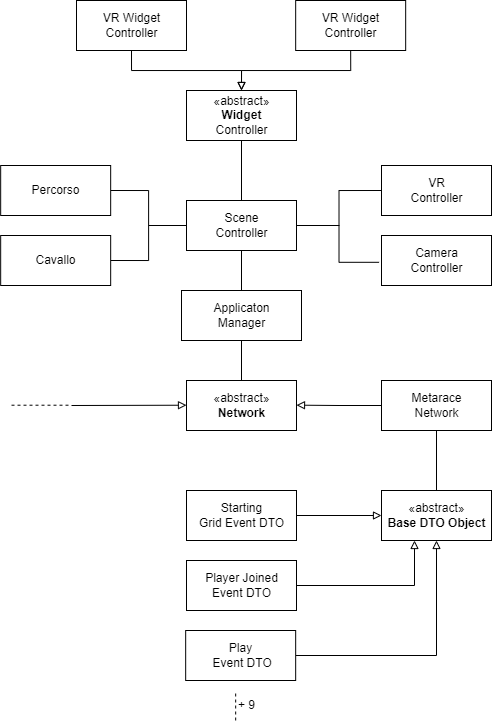
edoppiap/Tesi_Metarace keeps this draw.io diagram as figure/Modello_di_Dominio_Metarace.drawio.png. Above is the earlier version. Source tidied: cells renumbered, new cells last; positions are measured from the earlier drawing's top-left corner, leaving out a move shared by most shapes. Its diagram source:
```xml
<mxGraphModel>
  <root>
    <mxCell id="0" />
    <mxCell id="1" parent="0" />
    <mxCell id="2" style="edgeStyle=orthogonalEdgeStyle;rounded=0;jettySize=auto;html=1;exitX=0.5;exitY=0;exitDx=0;exitDy=0;entryX=0.5;entryY=1;entryDx=0;entryDy=0;endArrow=none;endFill=0;" parent="1" edge="1" source="4" target="17">
      <mxGeometry relative="1" as="geometry" />
    </mxCell>
    <mxCell id="3" style="edgeStyle=orthogonalEdgeStyle;rounded=0;sketch=0;jettySize=auto;html=1;exitX=0.5;exitY=1;exitDx=0;exitDy=0;entryX=0.5;entryY=0;entryDx=0;entryDy=0;strokeColor=default;endArrow=none;endFill=0;" parent="1" edge="1" source="4" target="22">
      <mxGeometry relative="1" as="geometry" />
    </mxCell>
    <mxCell id="4" value="Applicaton&lt;br&gt;Manager" style="html=1;" parent="1" vertex="1">
      <mxGeometry x="181" y="290" width="120" height="50" as="geometry" />
    </mxCell>
    <mxCell id="5" value="«abstract»&lt;br&gt;&lt;b&gt;Base DTO Object&lt;br&gt;&lt;/b&gt;" style="html=1;" parent="1" vertex="1">
      <mxGeometry x="381" y="490" width="110" height="50" as="geometry" />
    </mxCell>
    <mxCell id="6" style="edgeStyle=orthogonalEdgeStyle;rounded=0;sketch=0;jettySize=auto;html=1;exitX=0.5;exitY=1;exitDx=0;exitDy=0;entryX=0.5;entryY=0;entryDx=0;entryDy=0;strokeColor=default;endArrow=none;endFill=0;" parent="1" edge="1" target="5">
      <mxGeometry relative="1" as="geometry">
        <mxPoint x="436" y="430" as="sourcePoint" />
      </mxGeometry>
    </mxCell>
    <mxCell id="7" style="edgeStyle=orthogonalEdgeStyle;rounded=0;sketch=0;jettySize=auto;html=1;exitX=0;exitY=0.5;exitDx=0;exitDy=0;entryX=1;entryY=0.5;entryDx=0;entryDy=0;strokeColor=default;endArrow=block;endFill=0;" parent="1" edge="1" source="23">
      <mxGeometry relative="1" as="geometry">
        <mxPoint x="296" y="404.7" as="targetPoint" />
      </mxGeometry>
    </mxCell>
    <mxCell id="8" style="endArrow=none;endSize=12;html=1;rounded=0;sketch=0;strokeColor=default;endFill=0;dashed=1;" parent="1" edge="1">
      <mxGeometry y="10" relative="1" as="geometry">
        <mxPoint x="235.2" y="720" as="sourcePoint" />
        <mxPoint x="235.2" y="690" as="targetPoint" />
      </mxGeometry>
    </mxCell>
    <mxCell id="9" value="+ 9" style="text;html=1;align=center;verticalAlign=middle;strokeColor=none;fillColor=none;" parent="1" vertex="1">
      <mxGeometry x="226" y="690" width="40" height="30" as="geometry" />
    </mxCell>
    <mxCell id="10" style="endArrow=none;endSize=12;html=1;rounded=0;sketch=0;strokeColor=default;endFill=0;dashed=1;" parent="1" edge="1">
      <mxGeometry y="10" relative="1" as="geometry">
        <mxPoint x="11" y="404.7" as="sourcePoint" />
        <mxPoint x="71" y="404.7" as="targetPoint" />
      </mxGeometry>
    </mxCell>
    <mxCell id="11" style="edgeStyle=orthogonalEdgeStyle;rounded=0;sketch=0;jettySize=auto;html=1;exitX=1;exitY=0.5;exitDx=0;exitDy=0;entryX=0;entryY=0.5;entryDx=0;entryDy=0;strokeColor=default;endArrow=none;endFill=0;" parent="1" edge="1" source="12" target="17">
      <mxGeometry relative="1" as="geometry" />
    </mxCell>
    <mxCell id="12" value="Cavallo" style="html=1;" parent="1" vertex="1">
      <mxGeometry x="0.2" y="235" width="110" height="50" as="geometry" />
    </mxCell>
    <mxCell id="13" style="edgeStyle=orthogonalEdgeStyle;rounded=0;sketch=0;jettySize=auto;html=1;exitX=1;exitY=0.5;exitDx=0;exitDy=0;entryX=0;entryY=0.5;entryDx=0;entryDy=0;strokeColor=default;endArrow=none;endFill=0;" parent="1" edge="1" source="17" target="18">
      <mxGeometry relative="1" as="geometry" />
    </mxCell>
    <mxCell id="14" style="edgeStyle=orthogonalEdgeStyle;rounded=0;sketch=0;jettySize=auto;html=1;exitX=1;exitY=0.5;exitDx=0;exitDy=0;entryX=-0.022;entryY=0.536;entryDx=0;entryDy=0;entryPerimeter=0;strokeColor=default;endArrow=none;endFill=0;" parent="1" edge="1" source="17" target="19">
      <mxGeometry relative="1" as="geometry" />
    </mxCell>
    <mxCell id="15" style="edgeStyle=orthogonalEdgeStyle;rounded=0;sketch=0;jettySize=auto;html=1;exitX=0.5;exitY=0;exitDx=0;exitDy=0;entryX=0.5;entryY=1;entryDx=0;entryDy=0;strokeColor=default;endArrow=none;endFill=0;" parent="1" edge="1" source="17" target="20">
      <mxGeometry relative="1" as="geometry" />
    </mxCell>
    <mxCell id="16" style="edgeStyle=orthogonalEdgeStyle;rounded=0;sketch=0;jettySize=auto;html=1;exitX=0;exitY=0.5;exitDx=0;exitDy=0;entryX=1;entryY=0.5;entryDx=0;entryDy=0;strokeColor=default;endArrow=none;endFill=0;" parent="1" edge="1" source="17" target="21">
      <mxGeometry relative="1" as="geometry" />
    </mxCell>
    <mxCell id="17" value="Scene&lt;br&gt;Controller" style="html=1;" parent="1" vertex="1">
      <mxGeometry x="186" y="200" width="110" height="50" as="geometry" />
    </mxCell>
    <mxCell id="18" value="VR&lt;br&gt;Controller" style="html=1;" parent="1" vertex="1">
      <mxGeometry x="381" y="165" width="110" height="50" as="geometry" />
    </mxCell>
    <mxCell id="19" value="Camera&lt;br&gt;Controller" style="html=1;" parent="1" vertex="1">
      <mxGeometry x="381" y="235" width="110" height="50" as="geometry" />
    </mxCell>
    <mxCell id="20" value="«abstract»&lt;br&gt;&lt;b&gt;Widget&lt;br&gt;&lt;/b&gt;Controller" style="html=1;" parent="1" vertex="1">
      <mxGeometry x="186" y="90" width="110" height="50" as="geometry" />
    </mxCell>
    <mxCell id="21" value="Percorso" style="html=1;" parent="1" vertex="1">
      <mxGeometry x="0.2" y="165" width="110" height="50" as="geometry" />
    </mxCell>
    <mxCell id="22" value="«abstract»&lt;br&gt;&lt;b&gt;Network&lt;/b&gt;" style="html=1;" parent="1" vertex="1">
      <mxGeometry x="186" y="380" width="110" height="50" as="geometry" />
    </mxCell>
    <mxCell id="23" value="Metarace&lt;br&gt;Network" style="html=1;" parent="1" vertex="1">
      <mxGeometry x="381" y="380" width="110" height="50" as="geometry" />
    </mxCell>
    <mxCell id="24" style="edgeStyle=orthogonalEdgeStyle;rounded=0;sketch=0;jettySize=auto;html=1;exitX=1;exitY=0.5;exitDx=0;exitDy=0;entryX=0;entryY=0.5;entryDx=0;entryDy=0;strokeColor=default;endArrow=block;endFill=0;" parent="1" edge="1" source="25" target="5">
      <mxGeometry relative="1" as="geometry" />
    </mxCell>
    <mxCell id="25" value="Starting&lt;br&gt;Grid Event DTO" style="html=1;" parent="1" vertex="1">
      <mxGeometry x="186" y="490" width="110" height="50" as="geometry" />
    </mxCell>
    <mxCell id="26" style="edgeStyle=orthogonalEdgeStyle;rounded=0;sketch=0;jettySize=auto;html=1;exitX=1;exitY=0.5;exitDx=0;exitDy=0;strokeColor=default;endArrow=block;endFill=0;" parent="1" edge="1" source="27">
      <mxGeometry relative="1" as="geometry">
        <mxPoint x="414" y="540" as="targetPoint" />
      </mxGeometry>
    </mxCell>
    <mxCell id="27" value="Player Joined &lt;br&gt;&lt;span style=&quot;color: rgba(0, 0, 0, 0); font-family: monospace; font-size: 0px; text-align: start;&quot;&gt;%3CmxGraphModel%3E%3Croot%3E%3CmxCell%20id%3D%220%22%2F%3E%3CmxCell%20id%3D%221%22%20parent%3D%220%22%2F%3E%3CmxCell%20id%3D%222%22%20value%3D%22Starting%26lt%3Bbr%26gt%3BGrid%20Event%20DTO%22%20style%3D%22html%3D1%3B%22%20vertex%3D%221%22%20parent%3D%221%22%3E%3CmxGeometry%20x%3D%22100%22%20y%3D%22330%22%20width%3D%22110%22%20height%3D%2250%22%20as%3D%22geometry%22%2F%3E%3C%2FmxCell%3E%3C%2Froot%3E%3C%2FmxGraphModel%3E&lt;/span&gt;Event DTO" style="html=1;" parent="1" vertex="1">
      <mxGeometry x="186" y="560" width="110" height="50" as="geometry" />
    </mxCell>
    <mxCell id="28" style="edgeStyle=orthogonalEdgeStyle;rounded=0;sketch=0;jettySize=auto;html=1;exitX=1;exitY=0.5;exitDx=0;exitDy=0;entryX=0.5;entryY=1;entryDx=0;entryDy=0;strokeColor=default;endArrow=block;endFill=0;" parent="1" edge="1" source="29" target="5">
      <mxGeometry relative="1" as="geometry" />
    </mxCell>
    <mxCell id="29" value="Play&lt;br&gt;&amp;nbsp;Event DTO" style="html=1;" parent="1" vertex="1">
      <mxGeometry x="185.2" y="630" width="110" height="50" as="geometry" />
    </mxCell>
    <mxCell id="30" style="edgeStyle=orthogonalEdgeStyle;rounded=0;sketch=0;jettySize=auto;html=1;exitX=0.5;exitY=1;exitDx=0;exitDy=0;entryX=0.5;entryY=0;entryDx=0;entryDy=0;strokeColor=default;endArrow=block;endFill=0;" parent="1" edge="1" source="31" target="20">
      <mxGeometry relative="1" as="geometry" />
    </mxCell>
    <mxCell id="31" value="VR Widget&lt;br&gt;Controller" style="html=1;" parent="1" vertex="1">
      <mxGeometry x="76" width="110" height="50" as="geometry" />
    </mxCell>
    <mxCell id="32" style="edgeStyle=orthogonalEdgeStyle;rounded=0;sketch=0;jettySize=auto;html=1;exitX=0.5;exitY=1;exitDx=0;exitDy=0;entryX=0.5;entryY=0;entryDx=0;entryDy=0;strokeColor=default;endArrow=block;endFill=0;" parent="1" edge="1" source="33" target="20">
      <mxGeometry relative="1" as="geometry" />
    </mxCell>
    <mxCell id="33" value="VR Widget&lt;br&gt;Controller" style="html=1;" parent="1" vertex="1">
      <mxGeometry x="295.2" width="110" height="50" as="geometry" />
    </mxCell>
    <mxCell id="34" style="endArrow=block;endFill=0;endSize=6;html=1;rounded=0;sketch=0;strokeColor=default;strokeWidth=1;" parent="1" edge="1">
      <mxGeometry relative="1" as="geometry">
        <mxPoint x="71" y="405" as="sourcePoint" />
        <mxPoint x="186" y="404.7" as="targetPoint" />
      </mxGeometry>
    </mxCell>
  </root>
</mxGraphModel>
```
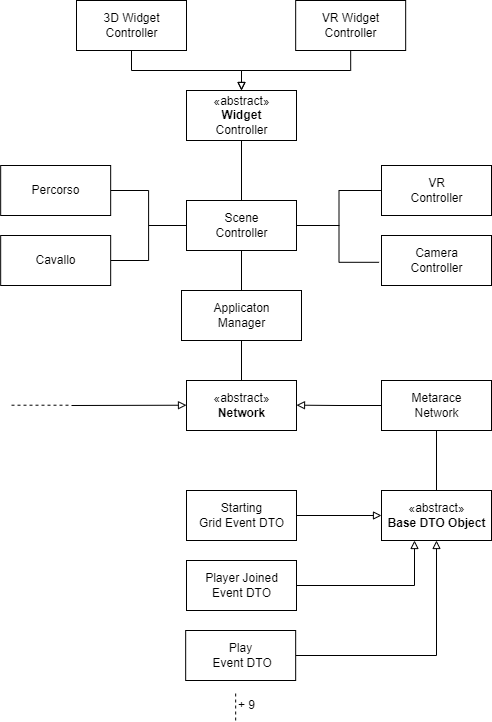
After the change.

The edit, as a diff of the source:
```diff
@@ -101,7 +101,7 @@
     <mxCell id="30" style="edgeStyle=orthogonalEdgeStyle;rounded=0;sketch=0;jettySize=auto;html=1;exitX=0.5;exitY=1;exitDx=0;exitDy=0;entryX=0.5;entryY=0;entryDx=0;entryDy=0;strokeColor=default;endArrow=block;endFill=0;" parent="1" edge="1" source="31" target="20">
       <mxGeometry relative="1" as="geometry" />
     </mxCell>
-    <mxCell id="31" value="VR Widget&lt;br&gt;Controller" style="html=1;" parent="1" vertex="1">
+    <mxCell id="31" value="3D Widget&lt;br&gt;Controller" style="html=1;" parent="1" vertex="1">
       <mxGeometry x="76" width="110" height="50" as="geometry" />
     </mxCell>
     <mxCell id="32" style="edgeStyle=orthogonalEdgeStyle;rounded=0;sketch=0;jettySize=auto;html=1;exitX=0.5;exitY=1;exitDx=0;exitDy=0;entryX=0.5;entryY=0;entryDx=0;entryDy=0;strokeColor=default;endArrow=block;endFill=0;" parent="1" edge="1" source="33" target="20">
```
